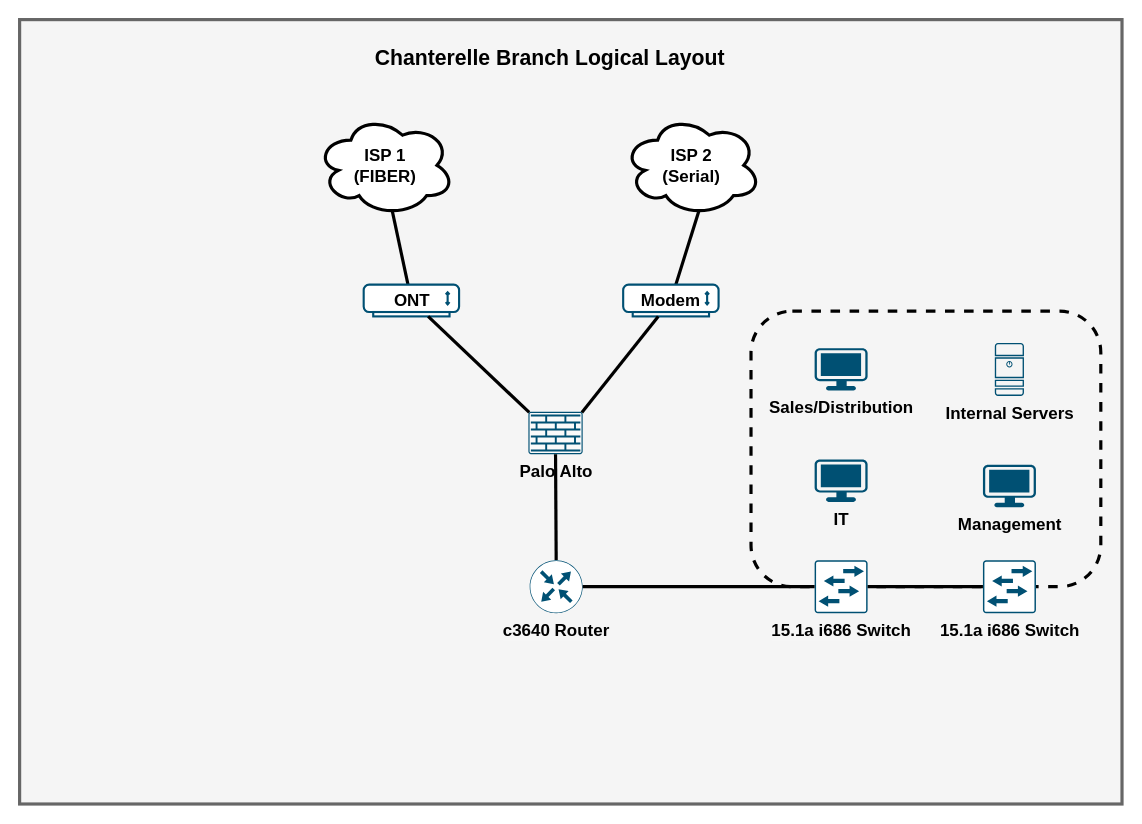
Above: network-documentation/Chanterelle Branch.drawio in joseph-a-tate/Clustered-Fungi (draw.io), before the change. Source tidied: cells renumbered, new cells numbered last; positions are measured from the earlier drawing's top-left corner, leaving out a move shared by most shapes. Both pictures are drawn from the tidied source at 106%, with x=0, y=0 at pixel (19, 19).
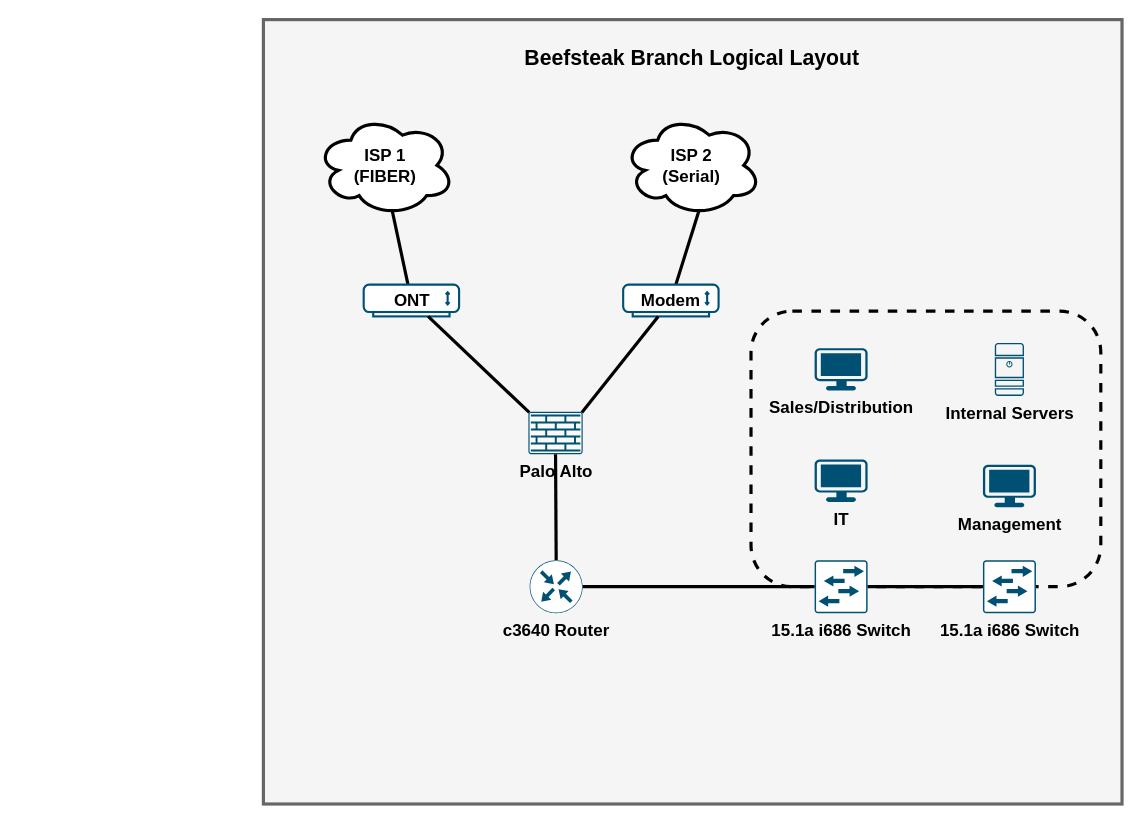
The same page after the edit.

The edit, as a diff of the source:
```diff
@@
     <mxCell id="2" style="rounded=0;whiteSpace=wrap;html=1;fillColor=#f5f5f5;strokeColor=#666666;fontColor=#333333;strokeWidth=3;" parent="1" vertex="1">
-      <mxGeometry width="1040" height="740" as="geometry" />
+      <mxGeometry x="230" width="810" height="740" as="geometry" />
     </mxCell>
@@
-    <mxCell id="19" value="&lt;font style=&quot;font-size: 20px;&quot;&gt;&lt;b&gt;Chanterelle Branch Logical Layout&lt;/b&gt;&lt;/font&gt;" style="text;html=1;align=center;verticalAlign=middle;whiteSpace=wrap;rounded=0;" parent="1" vertex="1">
-      <mxGeometry x="318" y="20" width="365" height="30" as="geometry" />
+    <mxCell id="19" value="&lt;font style=&quot;font-size: 20px;&quot;&gt;&lt;b&gt;Beefsteak Branch Logical Layout&lt;/b&gt;&lt;/font&gt;" style="text;html=1;align=center;verticalAlign=middle;whiteSpace=wrap;rounded=0;" parent="1" vertex="1">
+      <mxGeometry x="451.9" y="20" width="365" height="30" as="geometry" />
     </mxCell>
```
